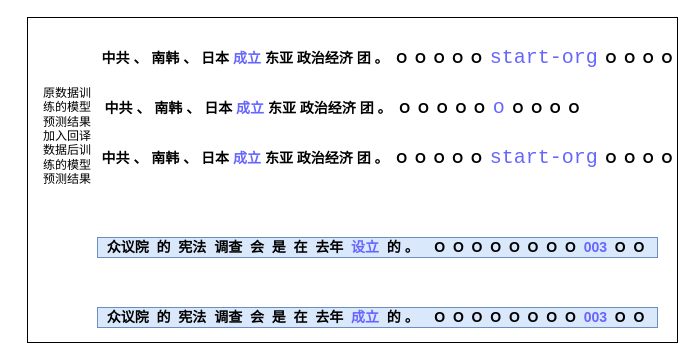
Earlier version of the draw.io diagram keys ayasi.drawio (gitofding/first_repository). Source tidied: cells renumbered, new cells numbered last; positions are measured from the earlier drawing's top-left corner, leaving out a move shared by most shapes. Both pictures are drawn from the tidied source at 100%, with x=0, y=0 at pixel (27, 17).
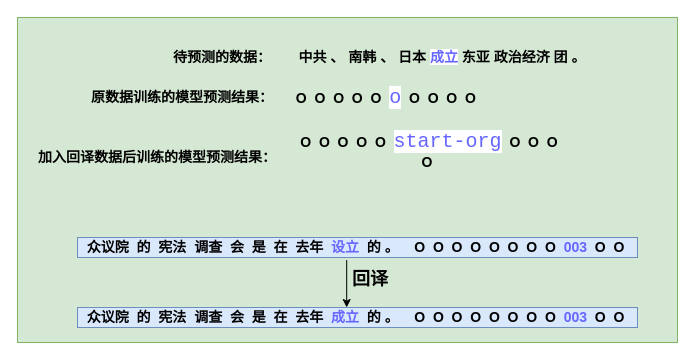
After the change.

The edit, as a diff of the source:
```diff
@@
 <mxGraphModel>
   <root>
     <mxCell id="0" />
     <mxCell id="1" parent="0" />
-    <mxCell id="2" style="rounded=0;whiteSpace=wrap;html=1;" parent="1" vertex="1">
-      <mxGeometry width="650" height="325" as="geometry" />
+    <mxCell id="2" style="rounded=0;whiteSpace=wrap;html=1;fillColor=#d5e8d4;strokeColor=#82b366;" parent="1" vertex="1">
+      <mxGeometry x="-10" width="660" height="325" as="geometry" />
     </mxCell>
-    <mxCell id="3" value="&lt;span style=&quot;font-size: 14px&quot;&gt;&lt;b&gt;中共 、 南韩 、 日本 &lt;font color=&quot;#6666ff&quot;&gt;成立&lt;/font&gt; 东亚 政治经济 团 。&lt;span&gt; &lt;/span&gt;&amp;nbsp;O&amp;nbsp; O&amp;nbsp; O&amp;nbsp; O&amp;nbsp; O&amp;nbsp;&amp;nbsp;&lt;/b&gt;&lt;/span&gt;&lt;span style=&quot;background-color: rgb(255 , 255 , 255) ; font-family: &amp;#34;consolas&amp;#34; , monospace ; font-size: 15pt&quot;&gt;&lt;font color=&quot;#6666ff&quot;&gt;start-org&lt;/font&gt;&lt;/span&gt;&lt;b style=&quot;font-size: 14px&quot;&gt;&amp;nbsp; O&amp;nbsp; O&amp;nbsp; O&amp;nbsp; O&lt;/b&gt;" style="text;html=1;align=center;verticalAlign=middle;whiteSpace=wrap;rounded=0;" parent="1" vertex="1">
-      <mxGeometry x="70" y="30" width="580" height="20" as="geometry" />
+    <mxCell id="3" value="&lt;span style=&quot;font-size: 14px&quot;&gt;&lt;b&gt;中共 、 南韩 、 日本 &lt;font color=&quot;#6666ff&quot; style=&quot;background-color: rgb(255 , 255 , 255)&quot;&gt;成立&lt;/font&gt; 东亚 政治经济 团 。&lt;span&gt; &lt;/span&gt;&lt;/b&gt;&lt;/span&gt;" style="text;html=1;align=center;verticalAlign=middle;whiteSpace=wrap;rounded=0;" parent="1" vertex="1">
+      <mxGeometry x="270" y="30" width="290" height="20" as="geometry" />
     </mxCell>
-    <mxCell id="4" value="&lt;b style=&quot;font-size: 14px&quot;&gt;中共 、 南韩 、 日本 &lt;font color=&quot;#6666ff&quot;&gt;成立&lt;/font&gt;&amp;nbsp;东亚 政治经济 团 。&lt;span&gt; &lt;/span&gt;&amp;nbsp;O&amp;nbsp; O&amp;nbsp; O&amp;nbsp; O&amp;nbsp; O&amp;nbsp; &lt;/b&gt;&lt;font face=&quot;consolas, monospace&quot; color=&quot;#6666ff&quot;&gt;&lt;span style=&quot;font-size: 20px ; background-color: rgb(255 , 255 , 255)&quot;&gt;o&lt;/span&gt;&lt;/font&gt;&lt;b style=&quot;font-size: 14px&quot;&gt;&amp;nbsp; O&amp;nbsp; O&amp;nbsp; O&amp;nbsp; O&lt;/b&gt;" style="text;html=1;align=center;verticalAlign=middle;whiteSpace=wrap;rounded=0;" parent="1" vertex="1">
-      <mxGeometry x="70" y="80" width="490" height="20" as="geometry" />
+    <mxCell id="4" value="&lt;b style=&quot;font-size: 14px&quot;&gt;&lt;span&gt;&amp;nbsp;&lt;/span&gt;&amp;nbsp;O&amp;nbsp; O&amp;nbsp; O&amp;nbsp; O&amp;nbsp; O&amp;nbsp; &lt;/b&gt;&lt;font face=&quot;consolas, monospace&quot; color=&quot;#6666ff&quot;&gt;&lt;span style=&quot;font-size: 20px ; background-color: rgb(255 , 255 , 255)&quot;&gt;o&lt;/span&gt;&lt;/font&gt;&lt;b style=&quot;font-size: 14px&quot;&gt;&amp;nbsp; O&amp;nbsp; O&amp;nbsp; O&amp;nbsp; O&lt;/b&gt;" style="text;html=1;align=center;verticalAlign=middle;whiteSpace=wrap;rounded=0;" parent="1" vertex="1">
+      <mxGeometry x="260" y="70" width="190" height="20" as="geometry" />
     </mxCell>
-    <mxCell id="5" value="&lt;span style=&quot;font-size: 14px&quot;&gt;&lt;b&gt;中共 、 南韩 、 日本 &lt;font color=&quot;#6666ff&quot;&gt;成立&lt;/font&gt; 东亚 政治经济 团 。&lt;span&gt; &lt;/span&gt;&amp;nbsp;O&amp;nbsp; O&amp;nbsp; O&amp;nbsp; O&amp;nbsp; O&amp;nbsp;&amp;nbsp;&lt;/b&gt;&lt;/span&gt;&lt;span style=&quot;background-color: rgb(255 , 255 , 255) ; font-family: &amp;#34;consolas&amp;#34; , monospace ; font-size: 15pt&quot;&gt;&lt;font color=&quot;#6666ff&quot;&gt;start-org&lt;/font&gt;&lt;/span&gt;&lt;b style=&quot;font-size: 14px&quot;&gt;&amp;nbsp; O&amp;nbsp; O&amp;nbsp; O&amp;nbsp; O&lt;/b&gt;" style="text;html=1;align=center;verticalAlign=middle;whiteSpace=wrap;rounded=0;" parent="1" vertex="1">
-      <mxGeometry x="70" y="130" width="580" height="20" as="geometry" />
+    <mxCell id="5" value="&lt;span style=&quot;font-size: 14px&quot;&gt;&lt;b&gt;&lt;span&gt;&amp;nbsp;&lt;/span&gt;&amp;nbsp;O&amp;nbsp; O&amp;nbsp; O&amp;nbsp; O&amp;nbsp; O&amp;nbsp;&amp;nbsp;&lt;/b&gt;&lt;/span&gt;&lt;span style=&quot;background-color: rgb(255 , 255 , 255) ; font-family: &amp;#34;consolas&amp;#34; , monospace ; font-size: 15pt&quot;&gt;&lt;font color=&quot;#6666ff&quot;&gt;start-org&lt;/font&gt;&lt;/span&gt;&lt;b style=&quot;font-size: 14px&quot;&gt;&amp;nbsp; O&amp;nbsp; O&amp;nbsp; O&amp;nbsp; O&lt;/b&gt;" style="text;html=1;align=center;verticalAlign=middle;whiteSpace=wrap;rounded=0;" parent="1" vertex="1">
+      <mxGeometry x="260" y="122.5" width="280" height="20" as="geometry" />
     </mxCell>
     <mxCell id="6" value="&lt;b style=&quot;font-size: 14px&quot;&gt;众议院&amp;nbsp; 的&amp;nbsp; 宪法&amp;nbsp; 调查&amp;nbsp; 会&amp;nbsp; 是&amp;nbsp; 在&amp;nbsp; 去年&amp;nbsp; &lt;font color=&quot;#6666ff&quot;&gt;成立&amp;nbsp;&lt;/font&gt; 的 。&amp;nbsp;&amp;nbsp;&amp;nbsp; O&amp;nbsp; O&amp;nbsp; O&amp;nbsp; O&amp;nbsp; O&amp;nbsp; O&amp;nbsp; O&amp;nbsp; O&amp;nbsp;&amp;nbsp;&lt;font color=&quot;#6666ff&quot;&gt;003&amp;nbsp;&lt;/font&gt; O&amp;nbsp; O&amp;nbsp;&lt;/b&gt;" style="text;html=1;align=center;verticalAlign=middle;strokeColor=#6c8ebf;fillColor=#dae8fc;" parent="1" vertex="1">
-      <mxGeometry x="70" y="290" width="560" height="20" as="geometry" />
+      <mxGeometry x="50" y="290" width="560" height="20" as="geometry" />
     </mxCell>
     <mxCell id="7" value="&lt;b style=&quot;font-size: 14px&quot;&gt;众议院&amp;nbsp; 的&amp;nbsp; 宪法&amp;nbsp; 调查&amp;nbsp; 会&amp;nbsp; 是&amp;nbsp; 在&amp;nbsp; 去年&amp;nbsp; &lt;font color=&quot;#6666ff&quot;&gt;设立&amp;nbsp;&lt;/font&gt; 的 。&amp;nbsp;&amp;nbsp;&amp;nbsp; O&amp;nbsp; O&amp;nbsp; O&amp;nbsp; O&amp;nbsp; O&amp;nbsp; O&amp;nbsp; O&amp;nbsp; O&amp;nbsp;&amp;nbsp;&lt;font color=&quot;#6666ff&quot;&gt;003&amp;nbsp;&lt;/font&gt; O&amp;nbsp; O&amp;nbsp;&lt;/b&gt;" style="text;html=1;align=center;verticalAlign=middle;strokeColor=#6c8ebf;fillColor=#dae8fc;" parent="1" vertex="1">
-      <mxGeometry x="70" y="220" width="560" height="20" as="geometry" />
+      <mxGeometry x="50" y="220" width="560" height="20" as="geometry" />
     </mxCell>
-    <mxCell id="8" value="原数据训练的模型预测结果" style="text;html=1;strokeColor=none;fillColor=none;align=center;verticalAlign=middle;whiteSpace=wrap;rounded=0;" parent="1" vertex="1">
-      <mxGeometry x="10" y="80" width="60" height="20" as="geometry" />
+    <mxCell id="8" value="&lt;font style=&quot;font-size: 14px&quot;&gt;&lt;b&gt;原数据训练的模型预测结果：&lt;/b&gt;&lt;/font&gt;" style="text;html=1;strokeColor=none;fillColor=none;align=center;verticalAlign=middle;whiteSpace=wrap;rounded=0;" parent="1" vertex="1">
+      <mxGeometry x="60" y="70" width="190" height="20" as="geometry" />
     </mxCell>
-    <mxCell id="9" value="加入回译数据后训练的模型预测结果" style="text;html=1;strokeColor=none;fillColor=none;align=center;verticalAlign=middle;whiteSpace=wrap;rounded=0;" parent="1" vertex="1">
-      <mxGeometry x="10" y="122.5" width="60" height="35" as="geometry" />
+    <mxCell id="9" value="&lt;font style=&quot;font-size: 14px&quot;&gt;&lt;b&gt;加入回译数据后训练的模型预测结果：&lt;/b&gt;&lt;/font&gt;" style="text;html=1;strokeColor=none;fillColor=none;align=center;verticalAlign=middle;whiteSpace=wrap;rounded=0;" parent="1" vertex="1">
+      <mxGeometry x="10" y="122.5" width="240" height="35" as="geometry" />
     </mxCell>
+    <mxCell id="10" style="endArrow=classic;html=1;exitX=0.461;exitY=1.13;exitDx=0;exitDy=0;exitPerimeter=0;entryX=0.461;entryY=0;entryDx=0;entryDy=0;entryPerimeter=0;" parent="1" edge="1">
+      <mxGeometry relative="1" as="geometry">
+        <mxPoint x="319.2" y="242.6" as="sourcePoint" />
+        <mxPoint x="319.2" y="290" as="targetPoint" />
+      </mxGeometry>
+    </mxCell>
+    <mxCell id="11" value="&lt;font style=&quot;font-size: 18px&quot;&gt;&lt;b&gt;回译&lt;/b&gt;&lt;/font&gt;" style="text;html=1;align=center;verticalAlign=middle;whiteSpace=wrap;rounded=0;" parent="1" vertex="1">
+      <mxGeometry x="323" y="252" width="40" height="20" as="geometry" />
+    </mxCell>
+    <mxCell id="12" value="&lt;font style=&quot;font-size: 14px&quot;&gt;&lt;b&gt;待预测的数据：&lt;/b&gt;&lt;/font&gt;" style="text;html=1;strokeColor=none;fillColor=none;align=center;verticalAlign=middle;whiteSpace=wrap;rounded=0;" parent="1" vertex="1">
+      <mxGeometry x="145" y="30" width="100" height="20" as="geometry" />
+    </mxCell>
   </root>
 </mxGraphModel>
```
